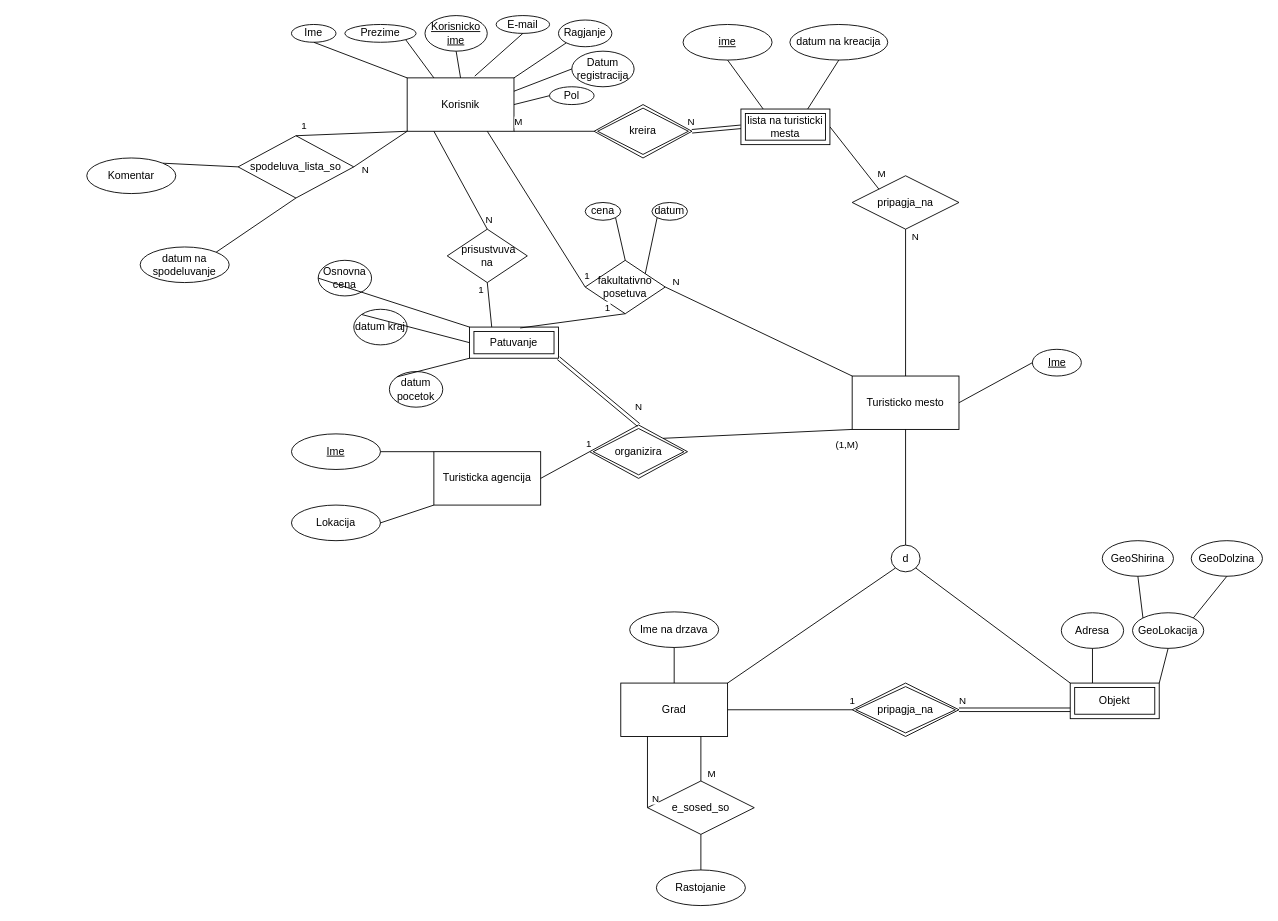
Earlier version of the draw.io diagram Bazi na podatoci/Lab1_A/lab 1.drawio (marin-o/Finki). Source tidied: cells renumbered, new cells numbered last; positions are measured from the earlier drawing's top-left corner, leaving out a move shared by most shapes. Both pictures are drawn from the tidied source at 89%, with x=0, y=0 at pixel (86, 15).
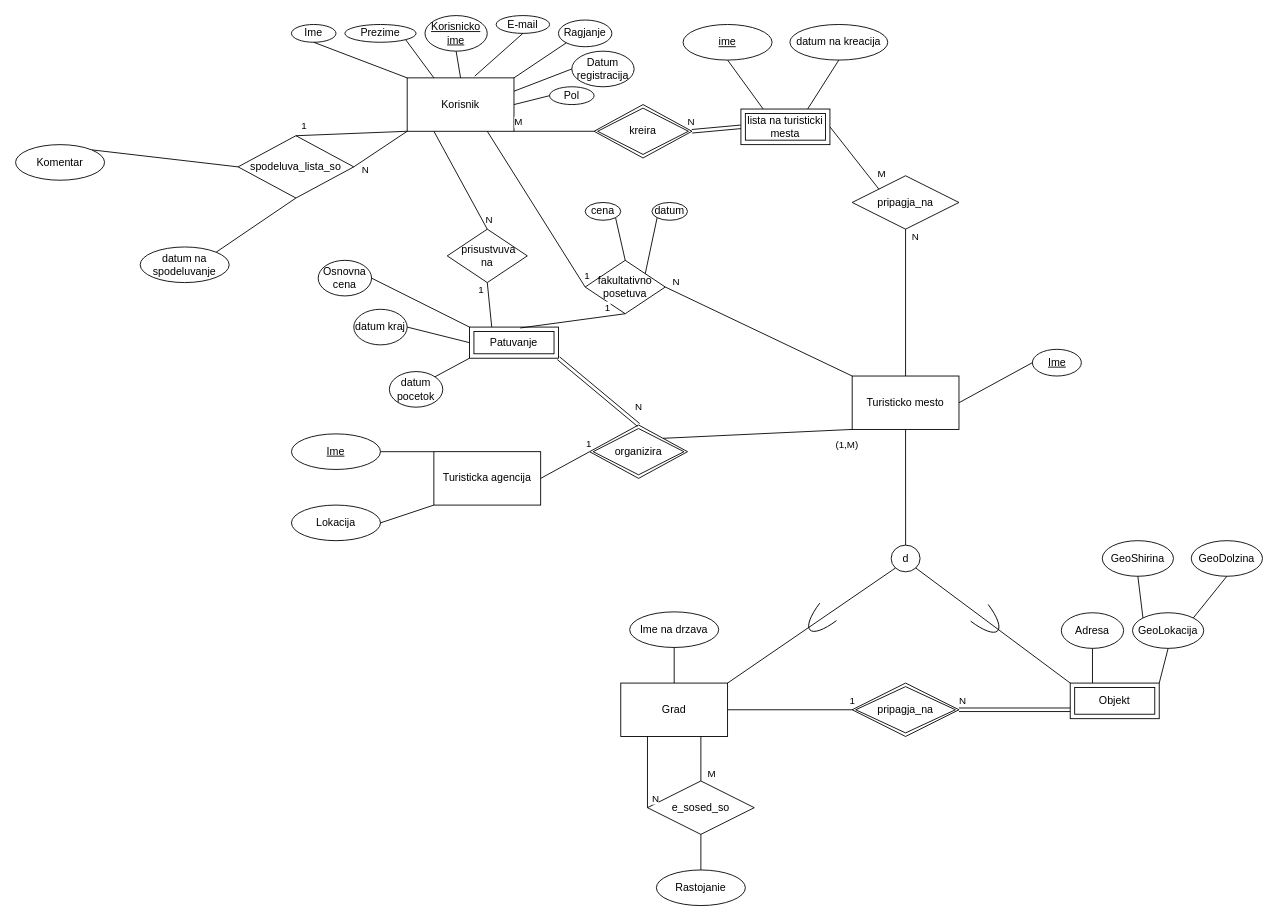
Above is the later version.

The change refers to these unchanged cells:
```xml
<mxCell id="68" value="Patuvanje" style="shape=ext;margin=3;double=1;whiteSpace=wrap;html=1;align=center;" parent="1" vertex="1">
  <mxGeometry x="430" y="350" width="100" height="35" as="geometry" />
</mxCell>
<mxCell id="70" value="datum pocetok" style="ellipse;whiteSpace=wrap;html=1;align=center;" parent="1" vertex="1">
  <mxGeometry x="340" y="400" width="60" height="40" as="geometry" />
</mxCell>
<mxCell id="71" value="datum kraj" style="ellipse;whiteSpace=wrap;html=1;align=center;" parent="1" vertex="1">
  <mxGeometry x="300" y="330" width="60" height="40" as="geometry" />
</mxCell>
<mxCell id="74" value="Osnovna cena" style="ellipse;whiteSpace=wrap;html=1;align=center;" parent="1" vertex="1">
  <mxGeometry x="260" y="275" width="60" height="40" as="geometry" />
</mxCell>
```

The edit, as a diff of the source:
```diff
@@
     <mxCell id="50" value="Komentar" style="ellipse;whiteSpace=wrap;html=1;align=center;" parent="1" vertex="1">
-      <mxGeometry y="160" width="100" height="40" as="geometry" />
+      <mxGeometry x="-80" y="145" width="100" height="40" as="geometry" />
     </mxCell>
@@
-    <mxCell id="72" style="endArrow=none;html=1;rounded=0;exitX=0;exitY=0;exitDx=0;exitDy=0;entryX=0;entryY=0.5;entryDx=0;entryDy=0;" parent="1" edge="1" source="71" target="68">
+    <mxCell id="72" style="endArrow=none;html=1;rounded=0;exitX=1;exitY=0.5;exitDx=0;exitDy=0;entryX=0;entryY=0.5;entryDx=0;entryDy=0;" parent="1" edge="1" source="71" target="68">
       <mxGeometry relative="1" as="geometry" />
     </mxCell>
-    <mxCell id="73" style="endArrow=none;html=1;rounded=0;exitX=0;exitY=0;exitDx=0;exitDy=0;entryX=0;entryY=1;entryDx=0;entryDy=0;" parent="1" edge="1" source="70" target="68">
+    <mxCell id="73" style="endArrow=none;html=1;rounded=0;exitX=1;exitY=0;exitDx=0;exitDy=0;entryX=0;entryY=1;entryDx=0;entryDy=0;" parent="1" edge="1" source="70" target="68">
       <mxGeometry relative="1" as="geometry" />
     </mxCell>
@@
-    <mxCell id="75" style="endArrow=none;html=1;rounded=0;entryX=0;entryY=0;entryDx=0;entryDy=0;exitX=0;exitY=0.5;exitDx=0;exitDy=0;" parent="1" edge="1" source="74" target="68">
+    <mxCell id="75" style="endArrow=none;html=1;rounded=0;entryX=0;entryY=0;entryDx=0;entryDy=0;exitX=1;exitY=0.5;exitDx=0;exitDy=0;" parent="1" edge="1" source="74" target="68">
       <mxGeometry relative="1" as="geometry" />
     </mxCell>
@@
+    <mxCell id="89" style="verticalLabelPosition=bottom;verticalAlign=top;html=1;shape=mxgraph.basic.arc;startAngle=0.3209158277514807;endAngle=0.6810716750262913;rotation=45;" parent="1" vertex="1">
+      <mxGeometry x="833" y="605" width="30" height="100" as="geometry" />
+    </mxCell>
+    <mxCell id="90" style="verticalLabelPosition=bottom;verticalAlign=top;html=1;shape=mxgraph.basic.arc;startAngle=0.3209158277514807;endAngle=0.6810716750262913;rotation=-45;" parent="1" vertex="1">
+      <mxGeometry x="973" y="606" width="30" height="100" as="geometry" />
+    </mxCell>
```
